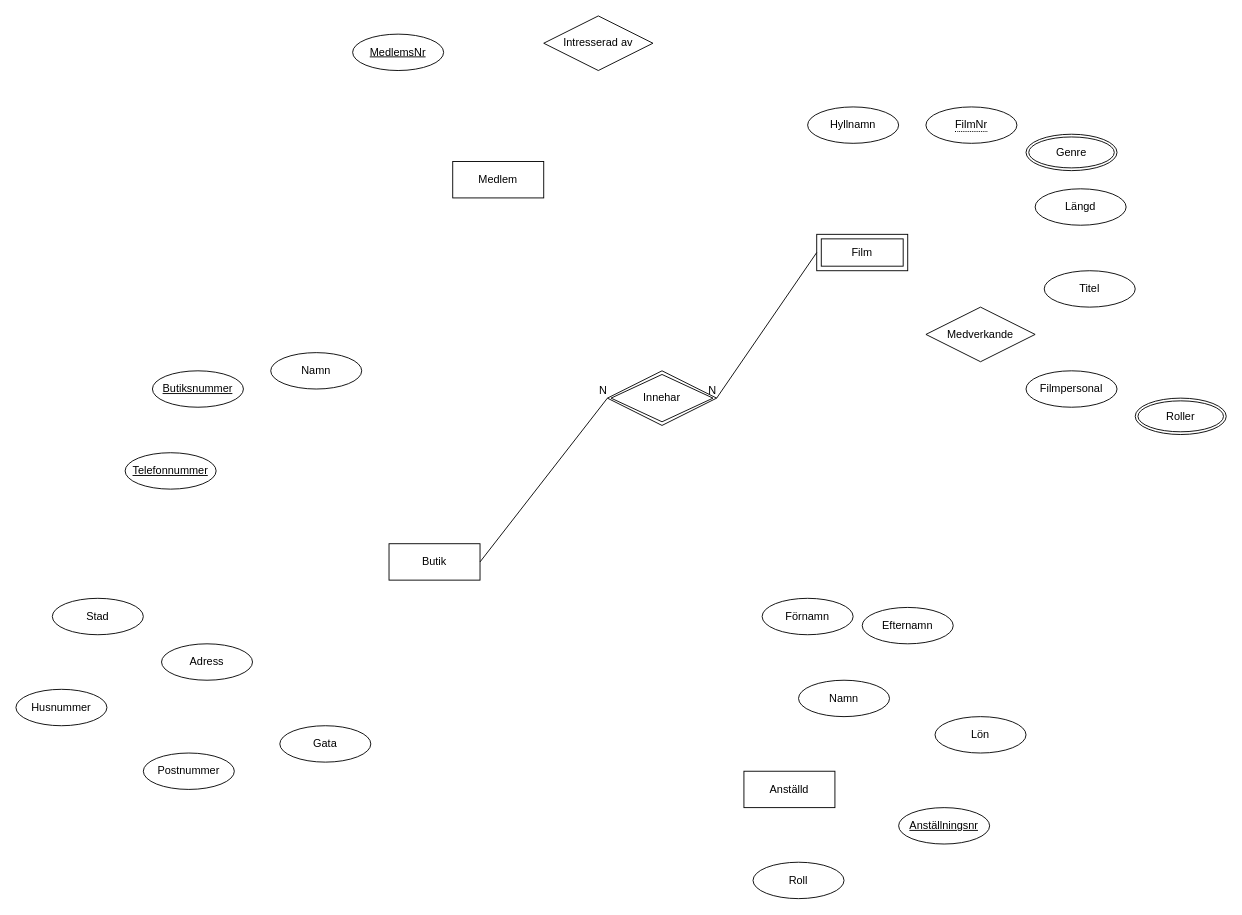
The draw.io diagram laboration.drawio in MarkusVickman/dt003g-labration1, before the edit. Source tidied: cells renumbered, new cells numbered last; positions are measured from the earlier drawing's top-left corner, leaving out a move shared by most shapes. Both pictures are drawn from the tidied source at 91%, with x=0, y=0 at pixel (15, 15).
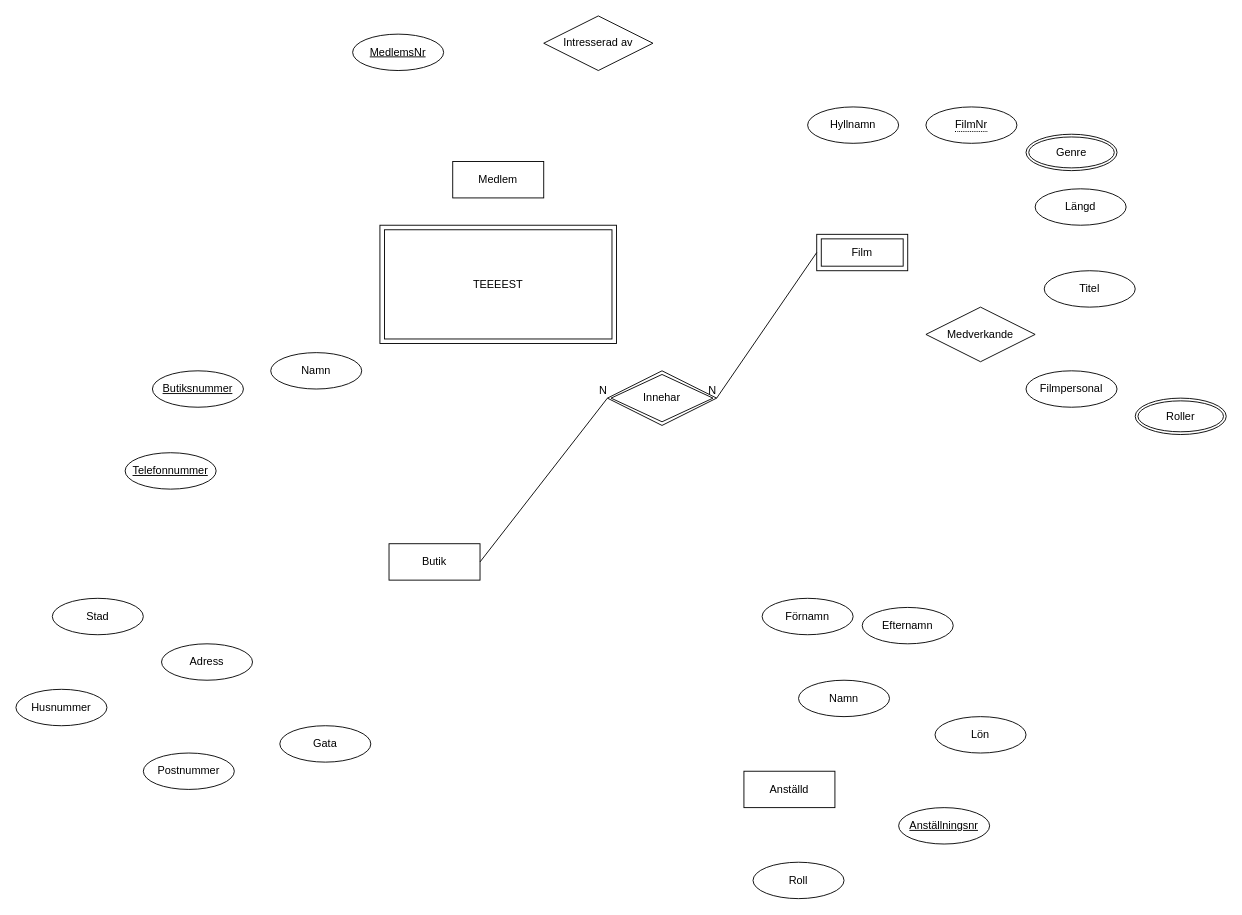
The same page after the edit.

The edit, as a diff of the source:
```diff
@@
+    <mxCell id="35" value="TEEEEST" style="shape=ext;margin=3;double=1;whiteSpace=wrap;html=1;align=center;" parent="1" vertex="1">
+      <mxGeometry x="400" y="230" width="260" height="130" as="geometry" />
+    </mxCell>
```
